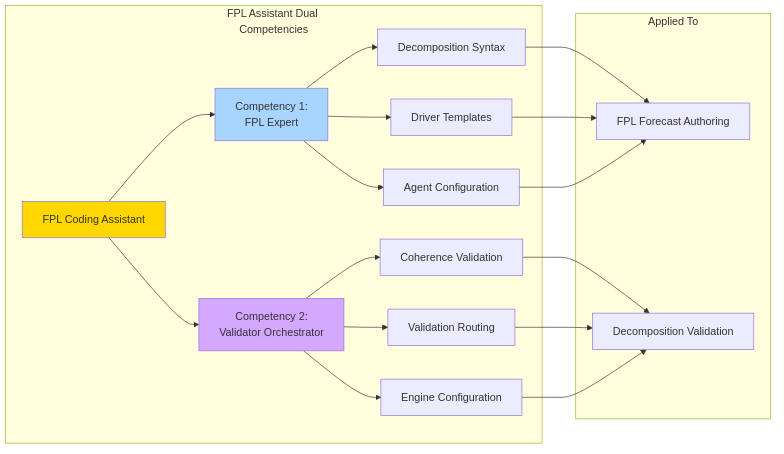
Replicant-Partners/fermi keeps this Mermaid diagram as rendered_output/charts/diagram-3.png. Above is the earlier version. Its source is kept beside it as rendered_output/charts/diagram-3.mmd.
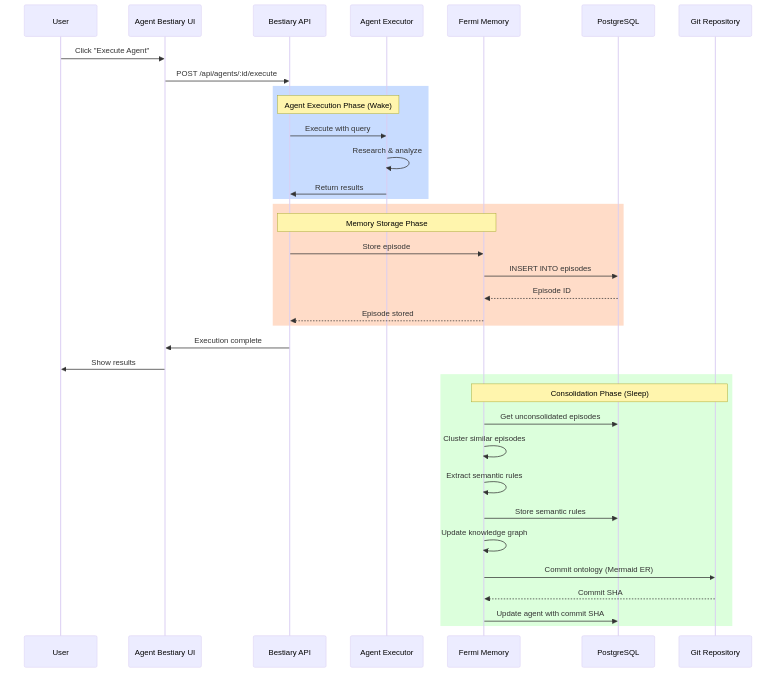
The same diagram one commit later.

The edit, as a diff of the source:
```diff
@@ -20,32 +20,44 @@
       'fontSize': '14px'
     }
   }
-}%%flowchart LR
-    subgraph "FPL Assistant Dual Competencies"
-        A[FPL Coding Assistant]
+}%%sequenceDiagram
+    participant User
+    participant UI as Agent Bestiary UI
+    participant API as Bestiary API
+    participant Agent as Agent Executor
+    participant ADM as Fermi Memory
+    participant DB as PostgreSQL
+    participant Git as Git Repository
 
-        A --> B[Competency 1:<br/>FPL Expert]
-        A --> C[Competency 2:<br/>Validator Orchestrator]
+    User->>UI: Click "Execute Agent"
+    UI->>API: POST /api/agents/:id/execute
 
-        B --> D[Decomposition Syntax]
-        B --> E[Driver Templates]
-        B --> F[Agent Configuration]
-
-        C --> G[Coherence Validation]
-        C --> H[Validation Routing]
-        C --> I[Engine Configuration]
+    rect rgb(200, 220, 255)
+        Note over API,Agent: Agent Execution Phase (Wake)
+        API->>Agent: Execute with query
+        Agent->>Agent: Research & analyze
+        Agent->>API: Return results
     end
 
-    subgraph "Applied To"
-        D --> J[FPL Forecast Authoring]
-        E --> J
-        F --> J
-
-        G --> K[Decomposition Validation]
-        H --> K
-        I --> K
+    rect rgb(255, 220, 200)
+        Note over API,ADM: Memory Storage Phase
+        API->>ADM: Store episode
+        ADM->>DB: INSERT INTO episodes
+        DB-->>ADM: Episode ID
+        ADM-->>API: Episode stored
     end
 
-    style A fill:#ffd700
-    style B fill:#a8d5ff
-    style C fill:#d5a8ff
+    API->>UI: Execution complete
+    UI->>User: Show results
+
+    rect rgb(220, 255, 220)
+        Note over ADM,Git: Consolidation Phase (Sleep)
+        ADM->>DB: Get unconsolidated episodes
+        ADM->>ADM: Cluster similar episodes
+        ADM->>ADM: Extract semantic rules
+        ADM->>DB: Store semantic rules
+        ADM->>ADM: Update knowledge graph
+        ADM->>Git: Commit ontology (Mermaid ER)
+        Git-->>ADM: Commit SHA
+        ADM->>DB: Update agent with commit SHA
+    end
```
